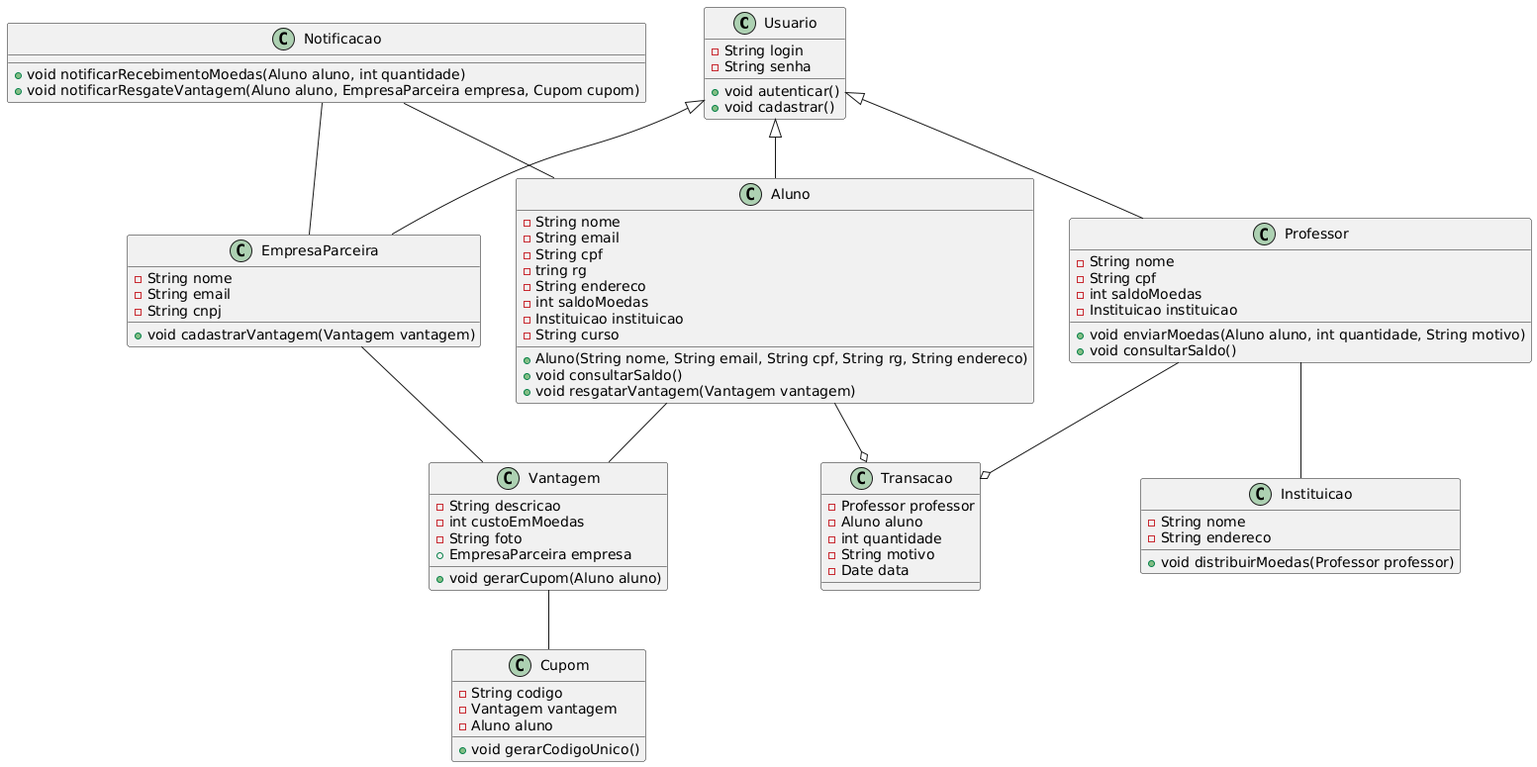
The PlantUML diagram project/img/classDiagram.png in RafaMtF/LDS-Lab03, before a commit.
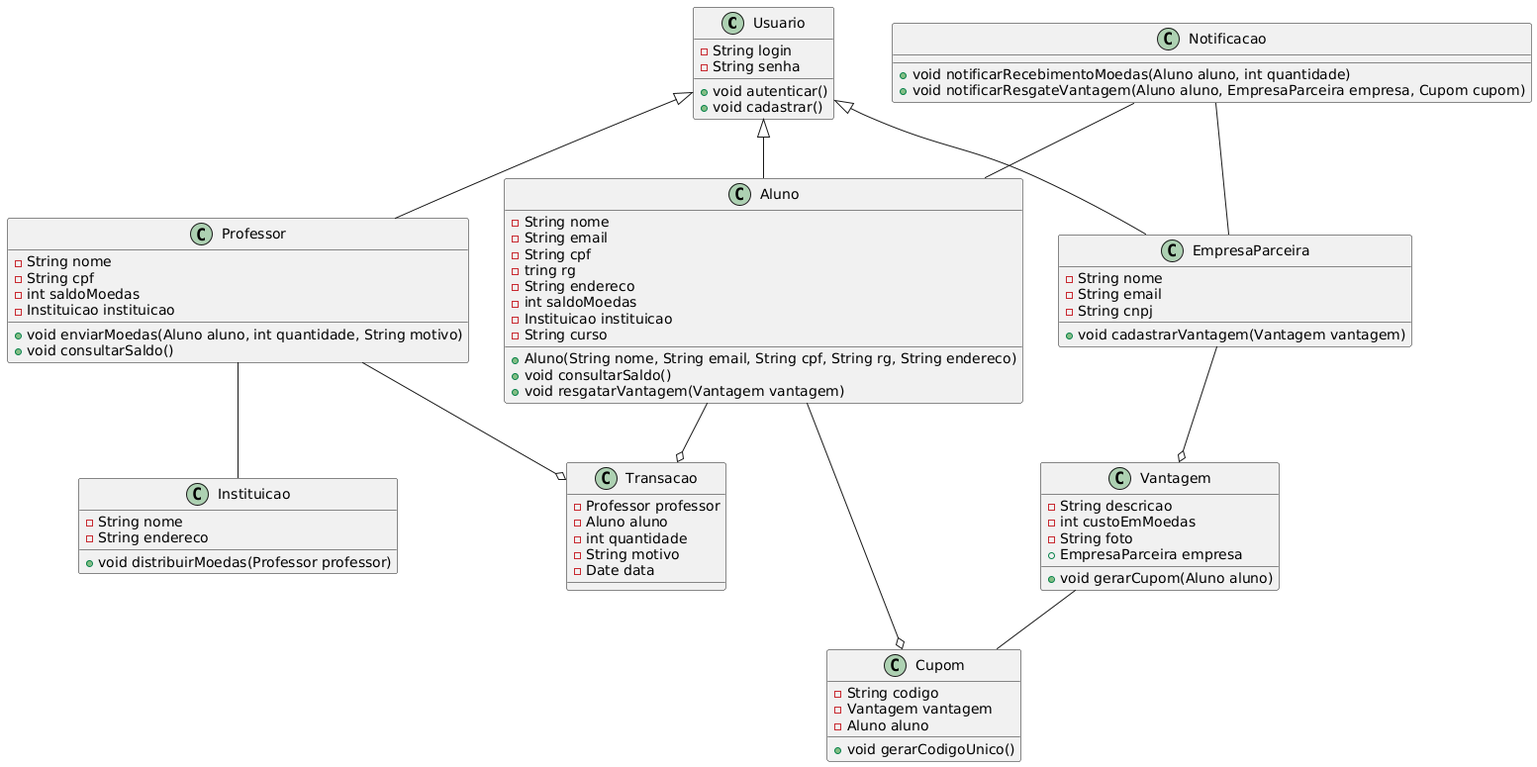
After the change.

What changed in the source:
```diff
@@ -78,8 +78,8 @@
 Professor -- Instituicao
 Professor --o Transacao
 Aluno --o Transacao
-EmpresaParceira -- Vantagem
-Aluno -- Vantagem
+EmpresaParceira --o Vantagem
+Aluno --o Cupom
 Notificacao -- Aluno
 Notificacao -- EmpresaParceira
 Vantagem -- Cupom
```
